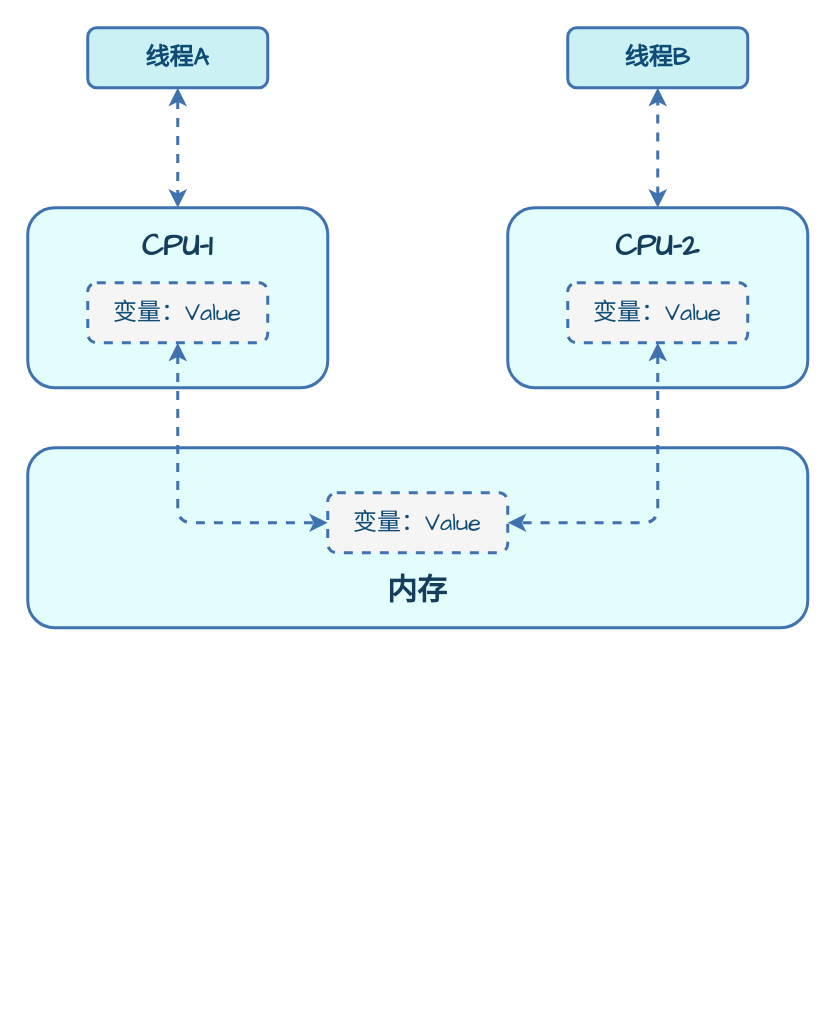
The draw.io diagram page "多核多线程" (3 of 7) of assets/Java/JavaCore/并发/Java并发之线程.drawio in dunwu/waterdrop, before the edit. Source tidied: cells renumbered, new cells numbered last; positions are measured from the earlier drawing's top-left corner, leaving out a move shared by most shapes. Both pictures are drawn from the tidied source at 150%, with x=0, y=0 at pixel (27, 27).
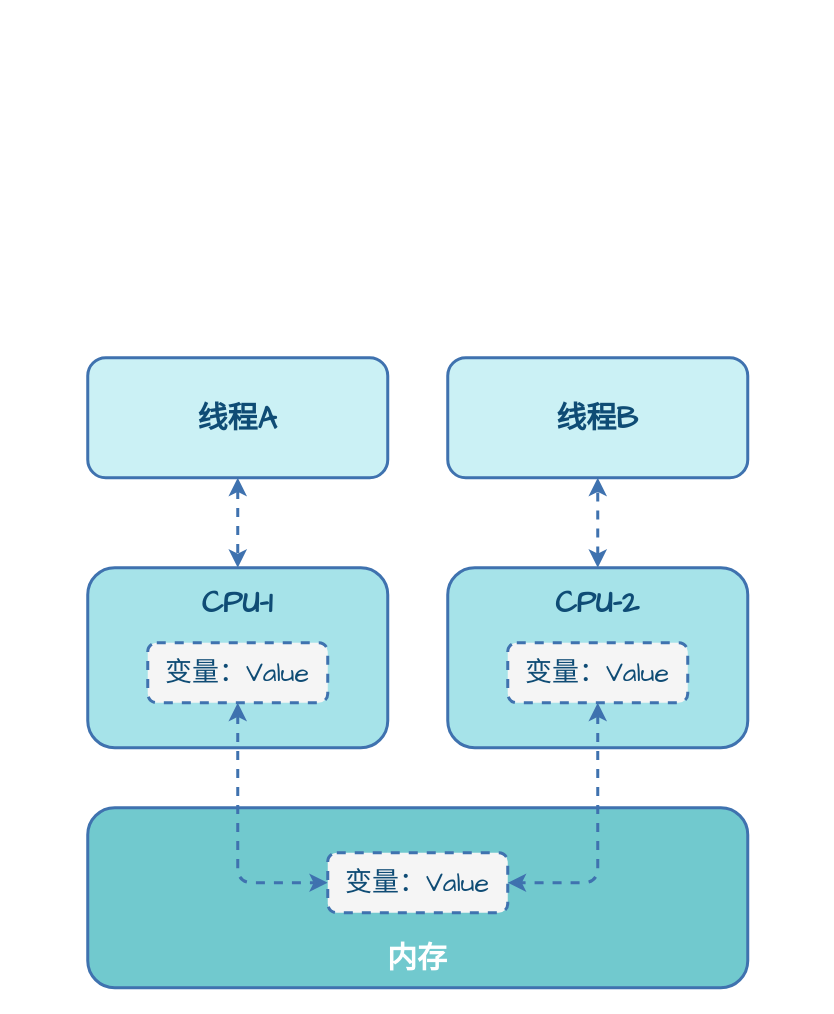
The same diagram, later.

The edit, as a diff of the source:
```diff
@@
 <mxGraphModel>
   <root>
     <mxCell id="0" />
     <mxCell id="1" parent="0" />
-    <mxCell id="2" style="rounded=1;whiteSpace=wrap;html=1;fontSize=16;shadow=0;fillColor=#E3FDFD;strokeColor=#3F72AF;strokeWidth=2;fontColor=#0F4C75;fontFamily=Comic Sans MS;" parent="1" vertex="1">
-      <mxGeometry y="280" width="520" height="120" as="geometry" />
-    </mxCell>
+    <mxCell id="11" value="&lt;span style=&quot;font-size: 20px;&quot;&gt;内存&lt;/span&gt;" style="rounded=1;whiteSpace=wrap;html=1;fontSize=20;shadow=0;fillColor=#71C9CE;strokeColor=#3F72AF;strokeWidth=2;fontColor=#FFFFFF;fontFamily=Comic Sans MS;verticalAlign=bottom;fontStyle=1;spacingTop=5;spacingBottom=5;" parent="1" vertex="1">
+      <mxGeometry x="40" y="520" width="440" height="120" as="geometry" />
+    </mxCell>
-    <mxCell id="3" style="rounded=1;whiteSpace=wrap;html=1;fontSize=16;shadow=0;fillColor=#E3FDFD;strokeColor=#3F72AF;strokeWidth=2;fontColor=#0F4C75;fontFamily=Comic Sans MS;" parent="1" vertex="1">
-      <mxGeometry y="120" width="200" height="120" as="geometry" />
+    <mxCell id="3" value="CPU-1" style="rounded=1;whiteSpace=wrap;html=1;fontSize=20;shadow=0;fillColor=#A6E3E9;strokeColor=#3F72AF;strokeWidth=2;fontColor=#0F4C75;fontFamily=Comic Sans MS;verticalAlign=top;fontStyle=1;spacingTop=5;spacingBottom=5;" parent="1" vertex="1">
+      <mxGeometry x="40" y="360" width="200" height="120" as="geometry" />
     </mxCell>
-    <mxCell id="4" style="edgeStyle=orthogonalEdgeStyle;rounded=0;jettySize=auto;html=1;entryX=0.5;entryY=0;entryDx=0;entryDy=0;exitX=0.5;exitY=1;exitDx=0;exitDy=0;strokeWidth=2;strokeColor=#3F72AF;dashed=1;startArrow=classic;startFill=1;shadow=0;fontColor=#0F4C75;fontFamily=Comic Sans MS;" parent="1" edge="1" source="5" target="3">
+    <mxCell id="4" style="edgeStyle=orthogonalEdgeStyle;rounded=0;jettySize=auto;html=1;entryX=0.5;entryY=0;entryDx=0;entryDy=0;exitX=0.5;exitY=1;exitDx=0;exitDy=0;strokeWidth=2;strokeColor=#3F72AF;dashed=1;startArrow=classic;startFill=1;shadow=0;fontColor=#0F4C75;fontFamily=Comic Sans MS;fontSize=18;" parent="1" edge="1" source="5" target="3">
       <mxGeometry relative="1" as="geometry" />
     </mxCell>
-    <mxCell id="5" value="线程A" style="rounded=1;whiteSpace=wrap;html=1;hachureGap=4;strokeColor=#3F72AF;fontFamily=Comic Sans MS;fontSize=16;fillColor=#CBF1F5;fontStyle=1;shadow=0;fontColor=#0F4C75;strokeWidth=2;" parent="1" vertex="1">
-      <mxGeometry x="40" width="120" height="40" as="geometry" />
+    <mxCell id="5" value="线程A" style="rounded=1;whiteSpace=wrap;html=1;hachureGap=4;strokeColor=#3F72AF;fontFamily=Comic Sans MS;fontSize=20;fillColor=#CBF1F5;fontStyle=1;shadow=0;fontColor=#0F4C75;strokeWidth=2;" parent="1" vertex="1">
+      <mxGeometry x="40" y="220" width="200" height="80" as="geometry" />
     </mxCell>
-    <mxCell id="6" value="线程B" style="rounded=1;whiteSpace=wrap;html=1;hachureGap=4;strokeColor=#3F72AF;fontFamily=Comic Sans MS;fontSize=16;fillColor=#CBF1F5;fontStyle=1;shadow=0;fontColor=#0F4C75;strokeWidth=2;" parent="1" vertex="1">
-      <mxGeometry x="360" width="120" height="40" as="geometry" />
+    <mxCell id="6" value="线程B" style="rounded=1;whiteSpace=wrap;html=1;hachureGap=4;strokeColor=#3F72AF;fontFamily=Comic Sans MS;fontSize=20;fillColor=#CBF1F5;fontStyle=1;shadow=0;fontColor=#0F4C75;strokeWidth=2;" parent="1" vertex="1">
+      <mxGeometry x="280" y="220" width="200" height="80" as="geometry" />
     </mxCell>
-    <mxCell id="7" style="edgeStyle=orthogonalEdgeStyle;rounded=0;jettySize=auto;html=1;exitX=0.5;exitY=0;exitDx=0;exitDy=0;entryX=0.5;entryY=1;entryDx=0;entryDy=0;strokeWidth=2;strokeColor=#3F72AF;dashed=1;startArrow=classic;startFill=1;shadow=0;fontColor=#0F4C75;fontFamily=Comic Sans MS;" parent="1" edge="1" source="14" target="6">
+    <mxCell id="7" style="edgeStyle=orthogonalEdgeStyle;rounded=0;jettySize=auto;html=1;exitX=0.5;exitY=0;exitDx=0;exitDy=0;entryX=0.5;entryY=1;entryDx=0;entryDy=0;strokeWidth=2;strokeColor=#3F72AF;dashed=1;startArrow=classic;startFill=1;shadow=0;fontColor=#0F4C75;fontFamily=Comic Sans MS;fontSize=18;" parent="1" edge="1" source="14" target="6">
       <mxGeometry relative="1" as="geometry" />
     </mxCell>
-    <mxCell id="8" style="edgeStyle=orthogonalEdgeStyle;shape=connector;rounded=1;jettySize=auto;html=1;entryX=0;entryY=0.5;entryDx=0;entryDy=0;shadow=0;dashed=1;labelBackgroundColor=default;strokeColor=#3F72AF;strokeWidth=2;align=center;verticalAlign=middle;fontFamily=Comic Sans MS;fontSize=11;fontColor=#0F4C75;startArrow=classic;startFill=1;endArrow=classic;" parent="1" edge="1" source="9" target="13">
-      <mxGeometry relative="1" as="geometry">
-        <Array as="points">
-          <mxPoint x="100" y="330" />
-        </Array>
-      </mxGeometry>
+    <mxCell id="8" style="edgeStyle=orthogonalEdgeStyle;shape=connector;rounded=1;jettySize=auto;html=1;entryX=0;entryY=0.5;entryDx=0;entryDy=0;shadow=0;dashed=1;labelBackgroundColor=default;strokeColor=#3F72AF;strokeWidth=2;align=center;verticalAlign=middle;fontFamily=Comic Sans MS;fontSize=18;fontColor=#0F4C75;startArrow=classic;startFill=1;endArrow=classic;exitX=0.5;exitY=1;exitDx=0;exitDy=0;" parent="1" edge="1" source="9" target="13">
+      <mxGeometry relative="1" as="geometry" />
     </mxCell>
-    <mxCell id="9" value="变量：Value" style="rounded=1;whiteSpace=wrap;html=1;hachureGap=4;strokeColor=#3F72AF;fontFamily=Comic Sans MS;fontSize=16;fillColor=#f5f5f5;fontStyle=0;shadow=0;fontColor=#0F4C75;strokeWidth=2;dashed=1;" parent="1" vertex="1">
-      <mxGeometry x="40" y="170" width="120" height="40" as="geometry" />
+    <mxCell id="9" value="变量：Value" style="rounded=1;whiteSpace=wrap;html=1;hachureGap=4;strokeColor=#3F72AF;fontFamily=Comic Sans MS;fontSize=18;fillColor=#f5f5f5;fontStyle=0;shadow=0;fontColor=#0F4C75;strokeWidth=2;dashed=1;" parent="1" vertex="1">
+      <mxGeometry x="80" y="410" width="120" height="40" as="geometry" />
     </mxCell>
-    <mxCell id="10" value="CPU-1" style="text;html=1;strokeColor=none;fillColor=none;align=center;verticalAlign=middle;whiteSpace=wrap;rounded=0;fontSize=20;fontStyle=1;fontColor=#153E5D;shadow=0;strokeWidth=2;fontFamily=Comic Sans MS;" parent="1" vertex="1">
-      <mxGeometry x="55" y="130" width="90" height="30" as="geometry" />
-    </mxCell>
-    <mxCell id="11" value="内存" style="text;html=1;strokeColor=none;fillColor=none;align=center;verticalAlign=middle;whiteSpace=wrap;rounded=0;fontSize=20;fontStyle=1;fontColor=#153E5D;shadow=0;strokeWidth=2;fontFamily=Comic Sans MS;" parent="1" vertex="1">
-      <mxGeometry x="230" y="360" width="60" height="30" as="geometry" />
-    </mxCell>
-    <mxCell id="12" style="edgeStyle=orthogonalEdgeStyle;rounded=0;orthogonalLoop=1;jettySize=auto;html=1;exitX=0.5;exitY=1;exitDx=0;exitDy=0;fontColor=#0F4C75;shadow=0;strokeWidth=2;strokeColor=#3F72AF;fontFamily=Comic Sans MS;" parent="1" edge="1" source="11" target="11">
-      <mxGeometry relative="1" as="geometry" />
+    <mxCell id="12" style="edgeStyle=orthogonalEdgeStyle;rounded=0;orthogonalLoop=1;jettySize=auto;html=1;exitX=0.5;exitY=1;exitDx=0;exitDy=0;fontColor=#0F4C75;shadow=0;strokeWidth=2;strokeColor=#3F72AF;fontFamily=Comic Sans MS;fontSize=18;" parent="1" edge="1">
+      <mxGeometry relative="1" as="geometry">
+        <mxPoint x="300" y="630" as="sourcePoint" />
+        <mxPoint x="300" y="630" as="targetPoint" />
+      </mxGeometry>
     </mxCell>
-    <mxCell id="13" value="变量：Value" style="rounded=1;whiteSpace=wrap;html=1;hachureGap=4;strokeColor=#3F72AF;fontFamily=Comic Sans MS;fontSize=16;fillColor=#f5f5f5;fontStyle=0;shadow=0;fontColor=#0F4C75;strokeWidth=2;dashed=1;" parent="1" vertex="1">
-      <mxGeometry x="200" y="310" width="120" height="40" as="geometry" />
+    <mxCell id="13" value="变量：Value" style="rounded=1;whiteSpace=wrap;html=1;hachureGap=4;strokeColor=#3F72AF;fontFamily=Comic Sans MS;fontSize=18;fillColor=#f5f5f5;fontStyle=0;shadow=0;fontColor=#0F4C75;strokeWidth=2;dashed=1;" parent="1" vertex="1">
+      <mxGeometry x="200" y="550" width="120" height="40" as="geometry" />
     </mxCell>
-    <mxCell id="14" style="rounded=1;whiteSpace=wrap;html=1;fontSize=16;shadow=0;fillColor=#E3FDFD;strokeColor=#3F72AF;strokeWidth=2;fontColor=#0F4C75;fontFamily=Comic Sans MS;" parent="1" vertex="1">
-      <mxGeometry x="320" y="120" width="200" height="120" as="geometry" />
+    <mxCell id="14" value="CPU-2" style="rounded=1;whiteSpace=wrap;html=1;fontSize=20;shadow=0;fillColor=#A6E3E9;strokeColor=#3F72AF;strokeWidth=2;fontColor=#0F4C75;fontFamily=Comic Sans MS;verticalAlign=top;fontStyle=1;spacingTop=5;spacingBottom=5;" parent="1" vertex="1">
+      <mxGeometry x="280" y="360" width="200" height="120" as="geometry" />
     </mxCell>
-    <mxCell id="15" style="edgeStyle=orthogonalEdgeStyle;shape=connector;rounded=1;jettySize=auto;html=1;exitX=0.5;exitY=1;exitDx=0;exitDy=0;entryX=1;entryY=0.5;entryDx=0;entryDy=0;shadow=0;dashed=1;labelBackgroundColor=default;strokeColor=#3F72AF;strokeWidth=2;align=center;verticalAlign=middle;fontFamily=Comic Sans MS;fontSize=11;fontColor=#0F4C75;startArrow=classic;startFill=1;endArrow=classic;" parent="1" edge="1" source="16" target="13">
+    <mxCell id="15" style="edgeStyle=orthogonalEdgeStyle;shape=connector;rounded=1;jettySize=auto;html=1;exitX=0.5;exitY=1;exitDx=0;exitDy=0;entryX=1;entryY=0.5;entryDx=0;entryDy=0;shadow=0;dashed=1;labelBackgroundColor=default;strokeColor=#3F72AF;strokeWidth=2;align=center;verticalAlign=middle;fontFamily=Comic Sans MS;fontSize=18;fontColor=#0F4C75;startArrow=classic;startFill=1;endArrow=classic;" parent="1" edge="1" source="16" target="13">
       <mxGeometry relative="1" as="geometry" />
     </mxCell>
-    <mxCell id="16" value="变量：Value" style="rounded=1;whiteSpace=wrap;html=1;hachureGap=4;strokeColor=#3F72AF;fontFamily=Comic Sans MS;fontSize=16;fillColor=#f5f5f5;fontStyle=0;shadow=0;fontColor=#0F4C75;strokeWidth=2;dashed=1;" parent="1" vertex="1">
-      <mxGeometry x="360" y="170" width="120" height="40" as="geometry" />
+    <mxCell id="16" value="变量：Value" style="rounded=1;whiteSpace=wrap;html=1;hachureGap=4;strokeColor=#3F72AF;fontFamily=Comic Sans MS;fontSize=18;fillColor=#f5f5f5;fontStyle=0;shadow=0;fontColor=#0F4C75;strokeWidth=2;dashed=1;" parent="1" vertex="1">
+      <mxGeometry x="320" y="410" width="120" height="40" as="geometry" />
     </mxCell>
-    <mxCell id="17" value="CPU-2" style="text;html=1;strokeColor=none;fillColor=none;align=center;verticalAlign=middle;whiteSpace=wrap;rounded=0;fontSize=20;fontStyle=1;fontColor=#153E5D;shadow=0;strokeWidth=2;fontFamily=Comic Sans MS;" parent="1" vertex="1">
-      <mxGeometry x="375" y="130" width="90" height="30" as="geometry" />
-    </mxCell>
   </root>
 </mxGraphModel>
```
